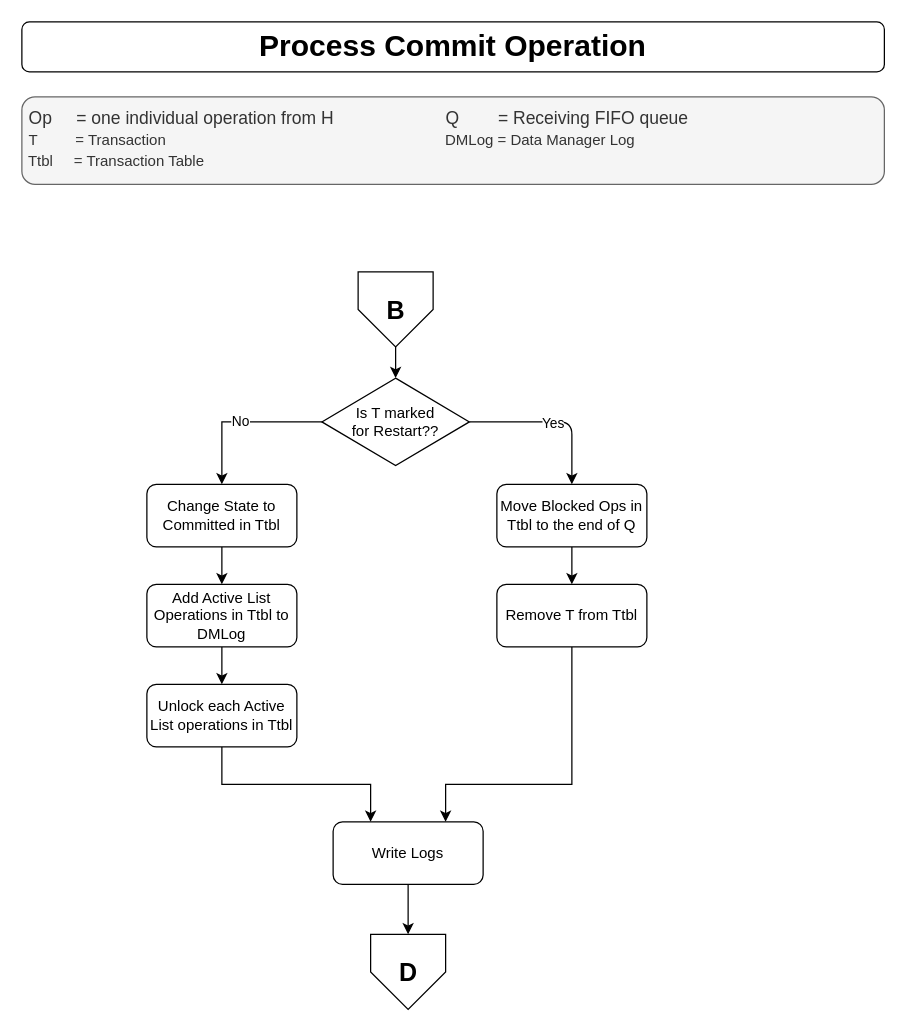
Earlier version of the draw.io diagram Design/CS 5570 Team4 Design - Scheduler - Process Commit.drawio (Rod-Skoglund/CS5570-Project). Source tidied: cells renumbered, new cells numbered last; positions are measured from the earlier drawing's top-left corner, leaving out a move shared by most shapes. Both pictures are drawn from the tidied source at 125%, with x=0, y=0 at pixel (21, 21).
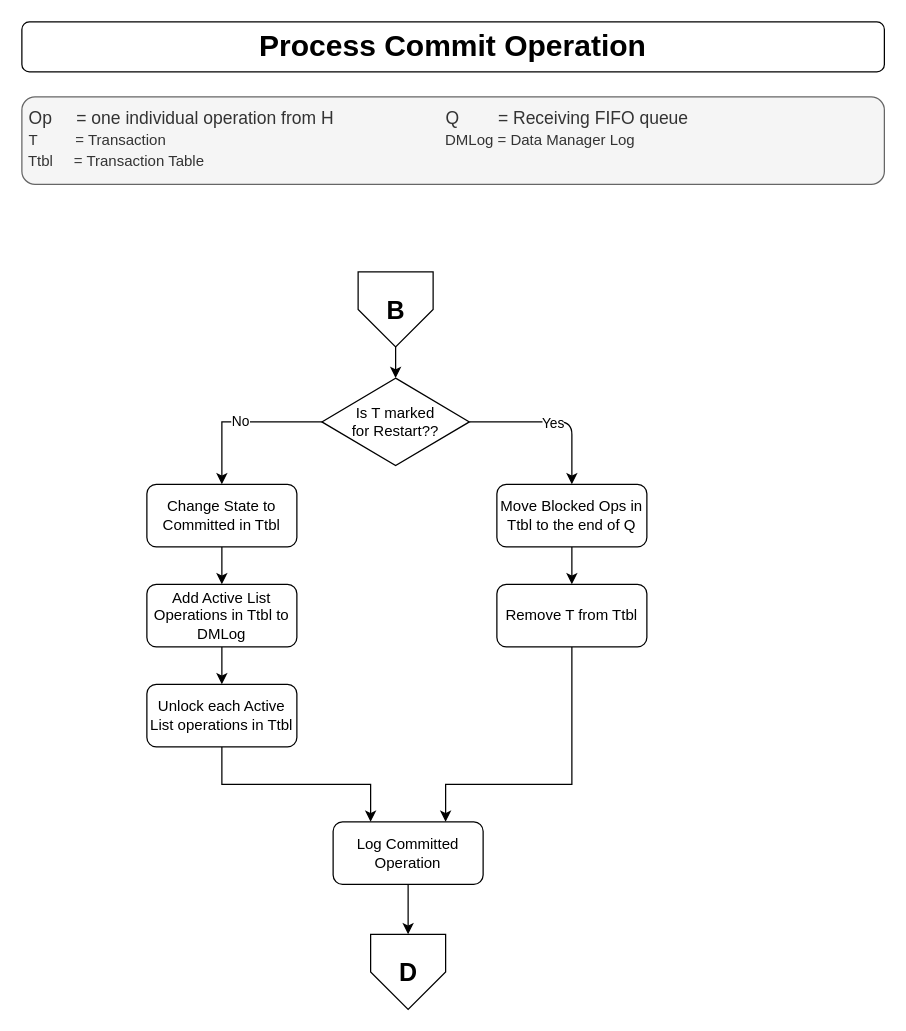
The same page after the edit.

Diff of the diagram source:
```diff
@@
-    <mxCell id="16" value="Write Logs" style="rounded=1;whiteSpace=wrap;html=1;fontSize=12;glass=0;strokeWidth=1;shadow=0;" parent="1" vertex="1">
+    <mxCell id="16" value="Log Committed Operation" style="rounded=1;whiteSpace=wrap;html=1;fontSize=12;glass=0;strokeWidth=1;shadow=0;" parent="1" vertex="1">
       <mxGeometry x="249" y="640" width="120" height="50" as="geometry" />
     </mxCell>
```
